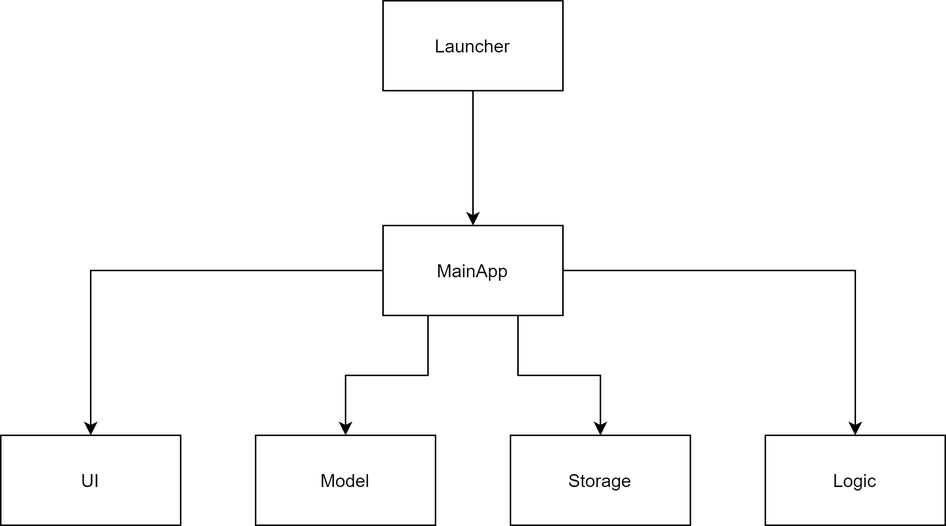
Before: docs/images/overallUML.png, a diagram exported from draw.io (nus-cs2103-AY2021S1/tp). Source tidied: cells renumbered, new cells last; positions are measured from the earlier drawing's top-left corner, leaving out a move shared by most shapes.
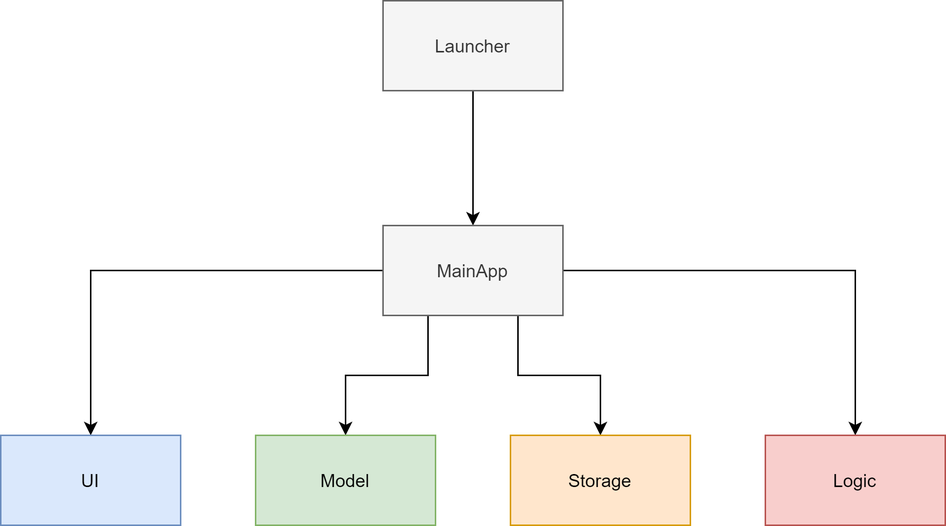
After the commit.

Commit message:
Add colour version of the Overall UML

Change to the diagram source:
```diff
@@ -5,7 +5,7 @@
     <mxCell id="2" style="edgeStyle=orthogonalEdgeStyle;rounded=0;jettySize=auto;html=1;exitX=0.5;exitY=1;exitDx=0;exitDy=0;entryX=0.5;entryY=0;entryDx=0;entryDy=0;" parent="1" edge="1" source="3" target="8">
       <mxGeometry relative="1" as="geometry" />
     </mxCell>
-    <mxCell id="3" value="Launcher" style="rounded=0;whiteSpace=wrap;html=1;" parent="1" vertex="1">
+    <mxCell id="3" value="Launcher" style="rounded=0;whiteSpace=wrap;html=1;fillColor=#f5f5f5;strokeColor=#666666;fontColor=#333333;" parent="1" vertex="1">
       <mxGeometry x="255" width="120" height="60" as="geometry" />
     </mxCell>
     <mxCell id="4" style="edgeStyle=orthogonalEdgeStyle;rounded=0;jettySize=auto;html=1;exitX=0;exitY=0.5;exitDx=0;exitDy=0;" parent="1" edge="1" source="8" target="9">
@@ -20,19 +20,19 @@
     <mxCell id="7" style="edgeStyle=orthogonalEdgeStyle;rounded=0;jettySize=auto;html=1;exitX=0.75;exitY=1;exitDx=0;exitDy=0;entryX=0.5;entryY=0;entryDx=0;entryDy=0;" parent="1" edge="1" source="8" target="12">
       <mxGeometry relative="1" as="geometry" />
     </mxCell>
-    <mxCell id="8" value="MainApp" style="rounded=0;whiteSpace=wrap;html=1;" parent="1" vertex="1">
+    <mxCell id="8" value="MainApp" style="rounded=0;whiteSpace=wrap;html=1;fillColor=#f5f5f5;strokeColor=#666666;fontColor=#333333;" parent="1" vertex="1">
       <mxGeometry x="255" y="150" width="120" height="60" as="geometry" />
     </mxCell>
-    <mxCell id="9" value="UI" style="rounded=0;whiteSpace=wrap;html=1;" parent="1" vertex="1">
+    <mxCell id="9" value="UI" style="rounded=0;whiteSpace=wrap;html=1;fillColor=#dae8fc;strokeColor=#6c8ebf;" parent="1" vertex="1">
       <mxGeometry y="290" width="120" height="60" as="geometry" />
     </mxCell>
-    <mxCell id="10" value="Model" style="rounded=0;whiteSpace=wrap;html=1;" parent="1" vertex="1">
+    <mxCell id="10" value="Model" style="rounded=0;whiteSpace=wrap;html=1;fillColor=#d5e8d4;strokeColor=#82b366;" parent="1" vertex="1">
       <mxGeometry x="170" y="290" width="120" height="60" as="geometry" />
     </mxCell>
-    <mxCell id="11" value="Logic" style="rounded=0;whiteSpace=wrap;html=1;" parent="1" vertex="1">
+    <mxCell id="11" value="Logic" style="rounded=0;whiteSpace=wrap;html=1;fillColor=#f8cecc;strokeColor=#b85450;" parent="1" vertex="1">
       <mxGeometry x="510" y="290" width="120" height="60" as="geometry" />
     </mxCell>
-    <mxCell id="12" value="Storage" style="rounded=0;whiteSpace=wrap;html=1;" parent="1" vertex="1">
+    <mxCell id="12" value="Storage" style="rounded=0;whiteSpace=wrap;html=1;fillColor=#ffe6cc;strokeColor=#d79b00;" parent="1" vertex="1">
       <mxGeometry x="340" y="290" width="120" height="60" as="geometry" />
     </mxCell>
   </root>
```
